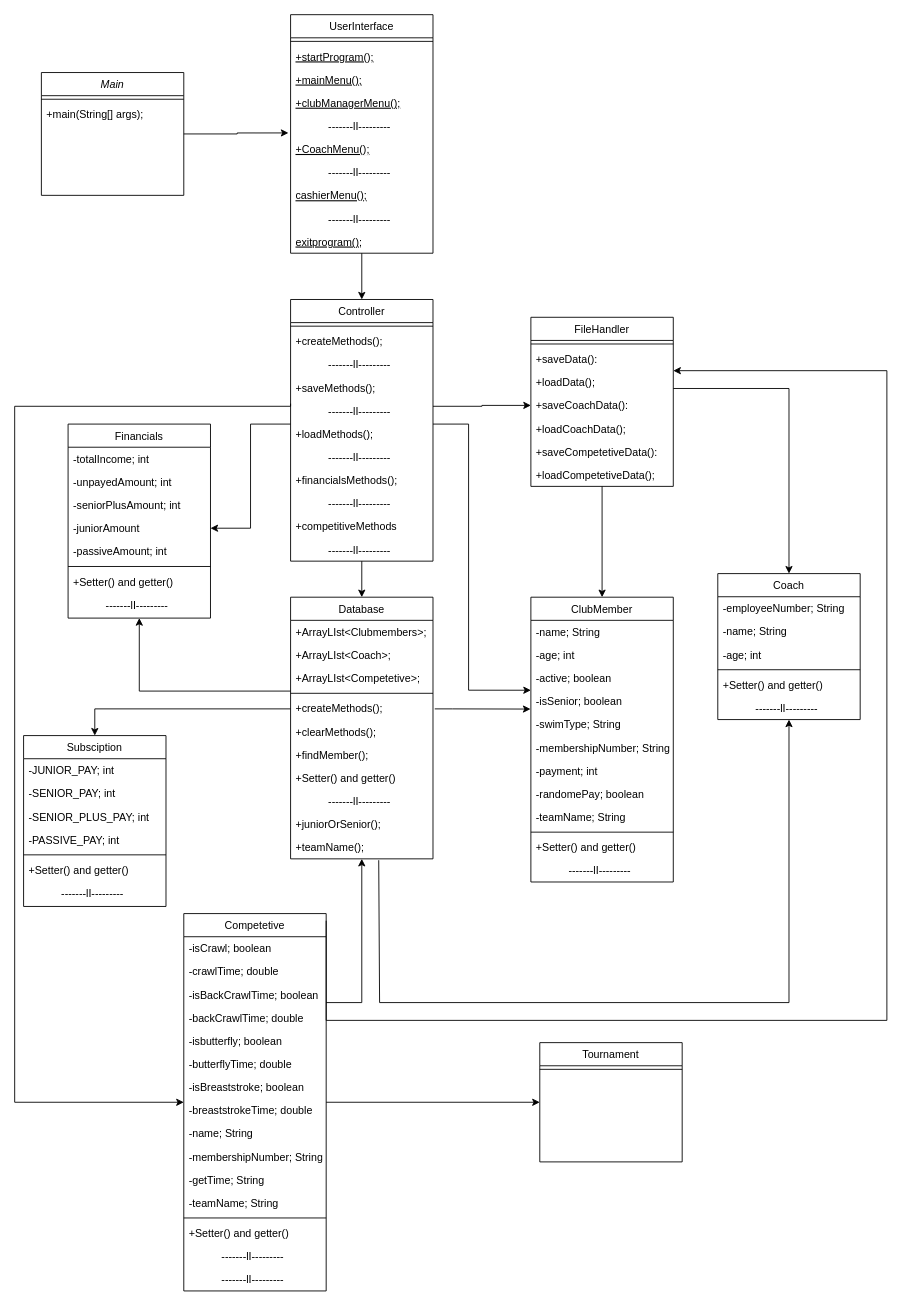
Before: Docs/VirksomhedsAnalyserDelfine Klassediagram.drawio in Mathias-Thomsen/DelfinenProject, a draw.io diagram. Source tidied: cells renumbered, new cells numbered last; positions are measured from the earlier drawing's top-left corner, leaving out a move shared by most shapes. Both pictures are drawn from the tidied source at 89%, with x=0, y=0 at pixel (14, 14).
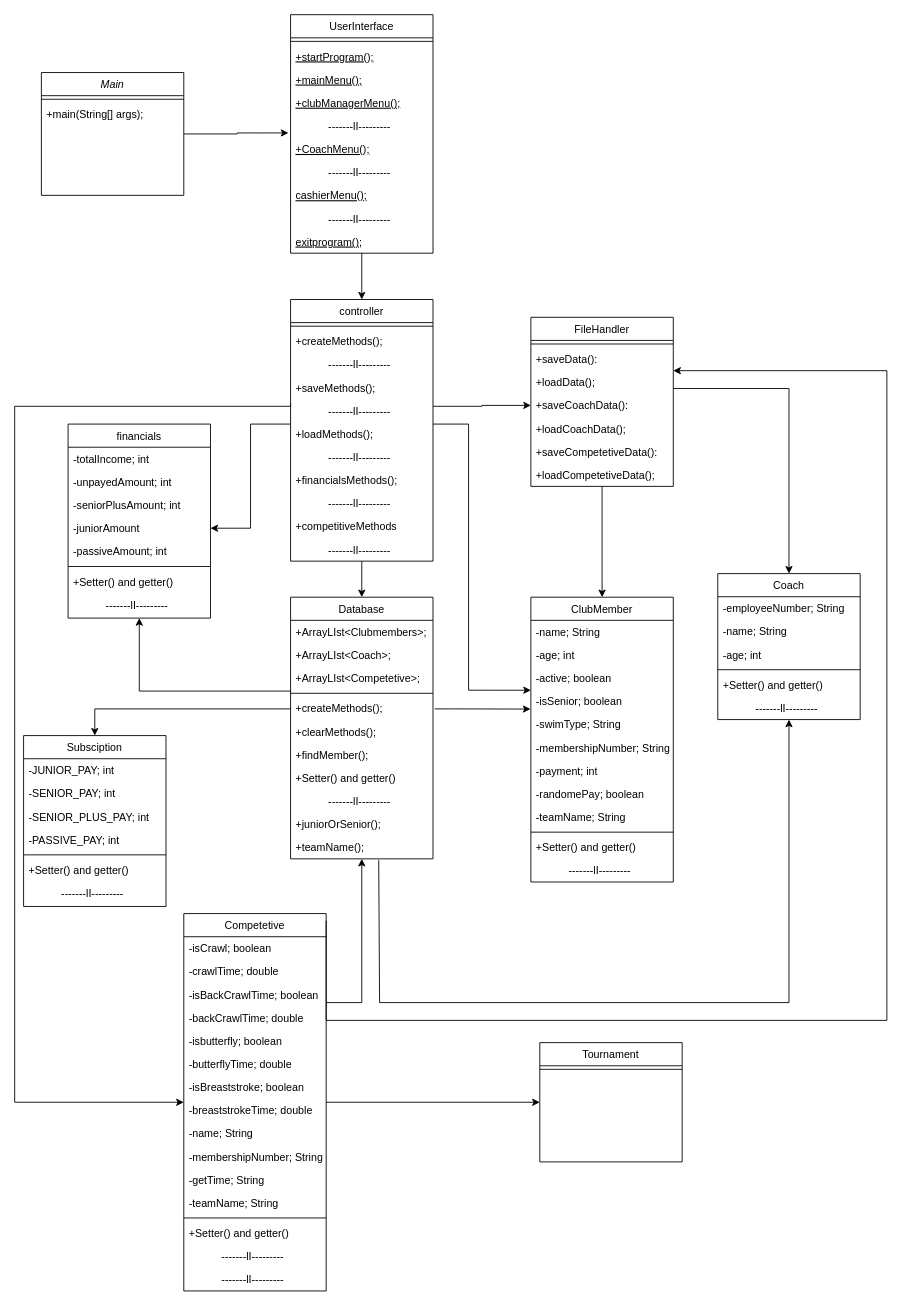
The same page after the edit.

Diff of the diagram source:
```diff
@@
-    <mxCell id="38" value="Controller" style="swimlane;fontStyle=0;align=center;verticalAlign=top;horizontal=1;startSize=26;rounded=0;shadow=0;strokeWidth=1;" parent="1" vertex="1">
+    <mxCell id="38" value="controller" style="swimlane;fontStyle=0;align=center;verticalAlign=top;horizontal=1;startSize=26;rounded=0;shadow=0;strokeWidth=1;" parent="1" vertex="1">
       <mxGeometry x="310" y="320" width="160" height="294" as="geometry" />
     </mxCell>
@@
-    <mxCell id="73" value="Financials" style="swimlane;fontStyle=0;align=center;verticalAlign=top;horizontal=1;startSize=26;rounded=0;shadow=0;strokeWidth=1;" parent="1" vertex="1">
+    <mxCell id="73" value="financials" style="swimlane;fontStyle=0;align=center;verticalAlign=top;horizontal=1;startSize=26;rounded=0;shadow=0;strokeWidth=1;" parent="1" vertex="1">
       <mxGeometry x="60" y="460" width="160" height="218" as="geometry" />
     </mxCell>
```
